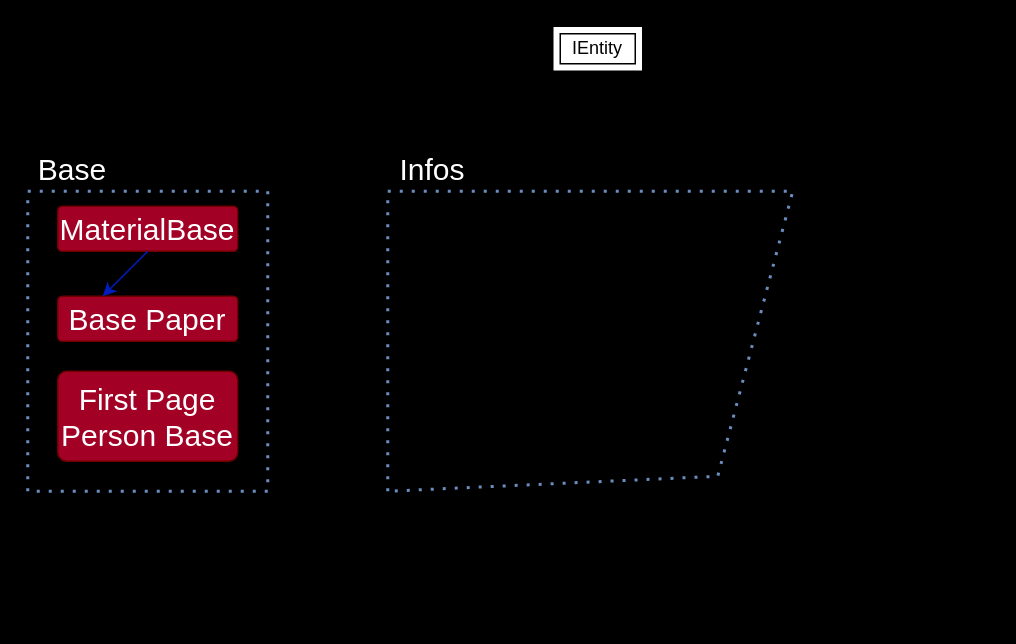
The draw.io diagram LRMS Schematic.drawio in FurkanHuman/LRMS, before the edit. Source tidied: cells renumbered, new cells numbered last; positions are measured from the earlier drawing's top-left corner, leaving out a move shared by most shapes. Both pictures are drawn from the tidied source at 150%, with x=0, y=0 at pixel (27, 26).
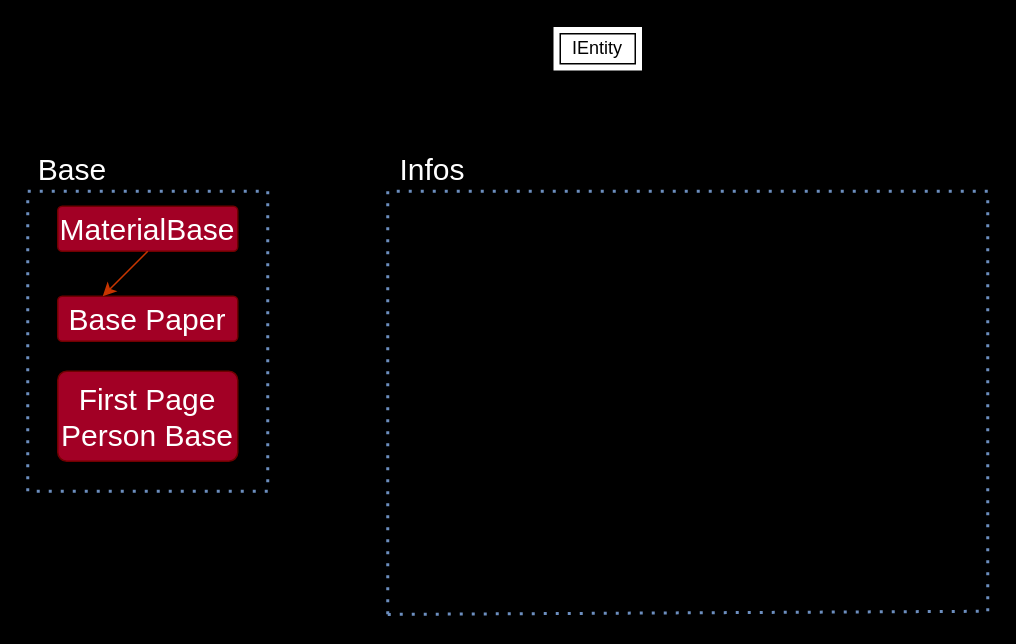
Above is the later version.

Change to the diagram source:
```diff
@@
 <mxGraphModel background="#000000">
   <root>
     <mxCell id="0" />
     <mxCell id="1" parent="0" />
     <mxCell id="2" value="IEntity" style="shape=ext;margin=3;double=1;whiteSpace=wrap;html=1;align=center;" parent="1" vertex="1">
       <mxGeometry x="350" width="60" height="30" as="geometry" />
     </mxCell>
     <mxCell id="3" style="endArrow=none;dashed=1;html=1;dashPattern=1 3;strokeWidth=2;rounded=0;fontColor=#FFFFFF;labelBackgroundColor=#000000;fillColor=#dae8fc;strokeColor=#6c8ebf;" parent="1" edge="1">
       <mxGeometry relative="1" as="geometry">
         <mxPoint y="310" as="sourcePoint" />
         <mxPoint y="310" as="targetPoint" />
         <Array as="points">
           <mxPoint y="110" />
           <mxPoint x="160" y="110" />
           <mxPoint x="160" y="310" />
         </Array>
       </mxGeometry>
     </mxCell>
     <mxCell id="4" value="Base" style="text;html=1;strokeColor=none;fillColor=none;align=center;verticalAlign=middle;whiteSpace=wrap;rounded=0;fontColor=#FFFFFF;fontSize=20;" parent="1" vertex="1">
       <mxGeometry y="80" width="60" height="30" as="geometry" />
     </mxCell>
     <mxCell id="5" value="MaterialBase" style="rounded=1;arcSize=10;whiteSpace=wrap;html=1;align=center;fontSize=20;fillColor=#a20025;strokeColor=#6F0000;fontColor=#ffffff;" parent="1" vertex="1">
       <mxGeometry x="20" y="120" width="120" height="30" as="geometry" />
     </mxCell>
     <mxCell id="6" value="Base Paper" style="rounded=1;arcSize=10;whiteSpace=wrap;html=1;align=center;fontSize=20;fillColor=#a20025;strokeColor=#6F0000;fontColor=#ffffff;" parent="1" vertex="1">
       <mxGeometry x="20" y="180" width="120" height="30" as="geometry" />
     </mxCell>
-    <mxCell id="7" style="endArrow=classic;html=1;rounded=0;labelBackgroundColor=#000000;fontSize=20;fontColor=#FFFFFF;exitX=0.5;exitY=1;exitDx=0;exitDy=0;entryX=0.25;entryY=0;entryDx=0;entryDy=0;fillColor=#0050ef;strokeColor=#001DBC;" parent="1" edge="1" source="5" target="6">
+    <mxCell id="7" style="endArrow=classic;html=1;rounded=0;labelBackgroundColor=#000000;fontSize=20;fontColor=#FFFFFF;exitX=0.5;exitY=1;exitDx=0;exitDy=0;entryX=0.25;entryY=0;entryDx=0;entryDy=0;fillColor=#fa6800;strokeColor=#C73500;" parent="1" edge="1" source="5" target="6">
       <mxGeometry relative="1" as="geometry" />
     </mxCell>
     <mxCell id="8" value="First Page Person Base" style="rounded=1;arcSize=10;whiteSpace=wrap;html=1;align=center;fontSize=20;fillColor=#a20025;strokeColor=#6F0000;fontColor=#ffffff;" parent="1" vertex="1">
       <mxGeometry x="20" y="230" width="120" height="60" as="geometry" />
     </mxCell>
     <mxCell id="9" value="Infos" style="text;html=1;strokeColor=none;fillColor=none;align=center;verticalAlign=middle;whiteSpace=wrap;rounded=0;fontSize=20;fontColor=#FFFFFF;" parent="1" vertex="1">
       <mxGeometry x="240" y="80" width="60" height="30" as="geometry" />
     </mxCell>
     <mxCell id="10" style="endArrow=none;dashed=1;html=1;dashPattern=1 3;strokeWidth=2;rounded=0;fontColor=#FFFFFF;labelBackgroundColor=#000000;fillColor=#dae8fc;strokeColor=#6c8ebf;" parent="1" edge="1">
       <mxGeometry relative="1" as="geometry">
-        <mxPoint x="240" y="310" as="sourcePoint" />
-        <mxPoint x="240" y="310" as="targetPoint" />
+        <mxPoint x="240" y="392" as="sourcePoint" />
+        <mxPoint x="240" y="392.1" as="targetPoint" />
         <Array as="points">
           <mxPoint x="240" y="110" />
-          <mxPoint x="510" y="110" />
-          <mxPoint x="460" y="300" />
+          <mxPoint x="640" y="110" />
+          <mxPoint x="640" y="390" />
         </Array>
       </mxGeometry>
     </mxCell>
   </root>
 </mxGraphModel>
```
